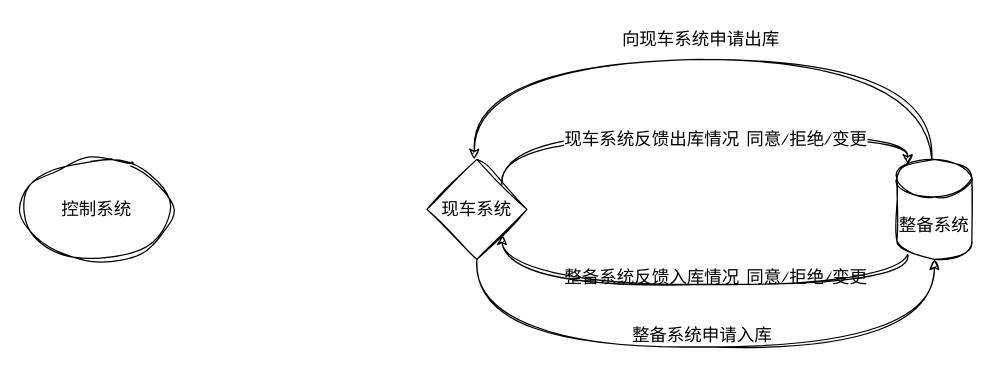
Earlier version of the draw.io diagram 机车出入库.drawio (wxl18335844494/myFlowChart). Source tidied: cells renumbered, new cells numbered last; positions are measured from the earlier drawing's top-left corner, leaving out a move shared by most shapes. Both pictures are drawn from the tidied source at 125%, with x=0, y=0 at pixel (21, 21).
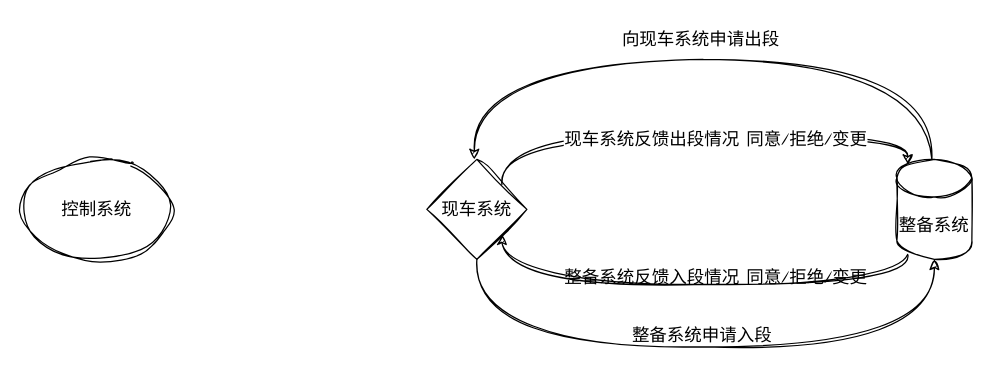
After the change.

Commit message (it also covers changes not shown here):
更新机车出入库.drawio

The change refers to these unchanged cells:
```xml
<mxCell id="9" style="edgeStyle=orthogonalEdgeStyle;shape=connector;curved=1;rounded=0;sketch=1;jiggle=2;curveFitting=1;jettySize=auto;html=1;entryX=0.5;entryY=1;entryDx=0;entryDy=0;entryPerimeter=0;align=center;verticalAlign=middle;fontFamily=Helvetica;fontSize=14;fontColor=default;labelBackgroundColor=none;endArrow=classic;" parent="1" edge="1" source="2" target="7">
  <mxGeometry relative="1" as="geometry">
    <Array as="points">
      <mxPoint x="364" y="260" />
      <mxPoint x="730" y="260" />
    </Array>
  </mxGeometry>
</mxCell>
```

Change to the diagram source:
```diff
@@
-    <mxCell id="10" value="整备系统申请入库" style="edgeLabel;html=1;align=center;verticalAlign=middle;fontFamily=Helvetica;fontSize=14;labelBackgroundColor=none;sketch=1;curveFitting=1;jiggle=2;rounded=0;" parent="9" vertex="1">
+    <mxCell id="10" value="整备系统申请入段" style="edgeLabel;html=1;align=center;verticalAlign=middle;fontFamily=Helvetica;fontSize=14;labelBackgroundColor=none;sketch=1;curveFitting=1;jiggle=2;rounded=0;" parent="9" vertex="1">
       <mxGeometry x="-0.06" y="-3" relative="1" as="geometry">
         <mxPoint x="11" y="-13" as="offset" />
       </mxGeometry>
     </mxCell>
-    <mxCell id="11" value="向现车系统申请出库" style="text;html=1;align=center;verticalAlign=middle;strokeColor=none;fillColor=none;fontFamily=Architects Daughter;fontSize=14;" parent="1" vertex="1">
+    <mxCell id="11" value="向现车系统申请出段" style="text;html=1;align=center;verticalAlign=middle;strokeColor=none;fillColor=none;fontFamily=Architects Daughter;fontSize=14;" parent="1" vertex="1">
       <mxGeometry x="468" width="150" height="30" as="geometry" />
     </mxCell>
-    <mxCell id="12" value="整备系统反馈入库情况 同意/拒绝/变更" style="text;html=1;align=center;verticalAlign=middle;strokeColor=none;fillColor=none;fontFamily=Architects Daughter;fontSize=14;" parent="1" vertex="1">
+    <mxCell id="12" value="整备系统反馈入段情况 同意/拒绝/变更" style="text;html=1;align=center;verticalAlign=middle;strokeColor=none;fillColor=none;fontFamily=Architects Daughter;fontSize=14;" parent="1" vertex="1">
       <mxGeometry x="420" y="190" width="270" height="30" as="geometry" />
     </mxCell>
@@
-    <mxCell id="14" value="现车系统反馈出库情况 同意/拒绝/变更" style="text;html=1;align=center;verticalAlign=middle;strokeColor=none;fillColor=none;fontFamily=Architects Daughter;fontSize=14;fontColor=default;labelBackgroundColor=default;" parent="1" vertex="1">
+    <mxCell id="14" value="现车系统反馈出段情况 同意/拒绝/变更" style="text;html=1;align=center;verticalAlign=middle;strokeColor=none;fillColor=none;fontFamily=Architects Daughter;fontSize=14;fontColor=default;labelBackgroundColor=default;" parent="1" vertex="1">
       <mxGeometry x="420" y="80" width="270" height="30" as="geometry" />
     </mxCell>
```
